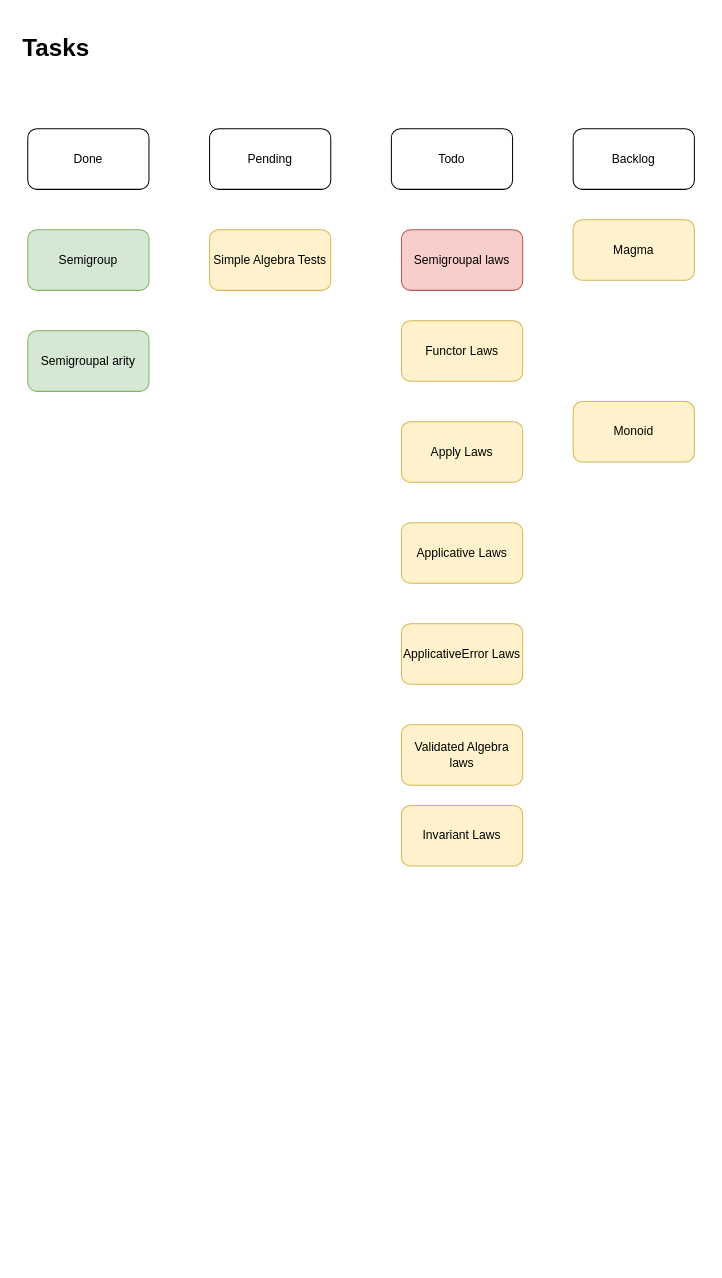
Earlier version of the draw.io diagram page "Tasks" (2 of 2) of diagram.drawio (noReasonException/my-cats). Source tidied: cells renumbered, new cells numbered last; positions are measured from the earlier drawing's top-left corner, leaving out a move shared by most shapes. Both pictures are drawn from the tidied source at 101%, with x=0, y=0 at pixel (17, 27).
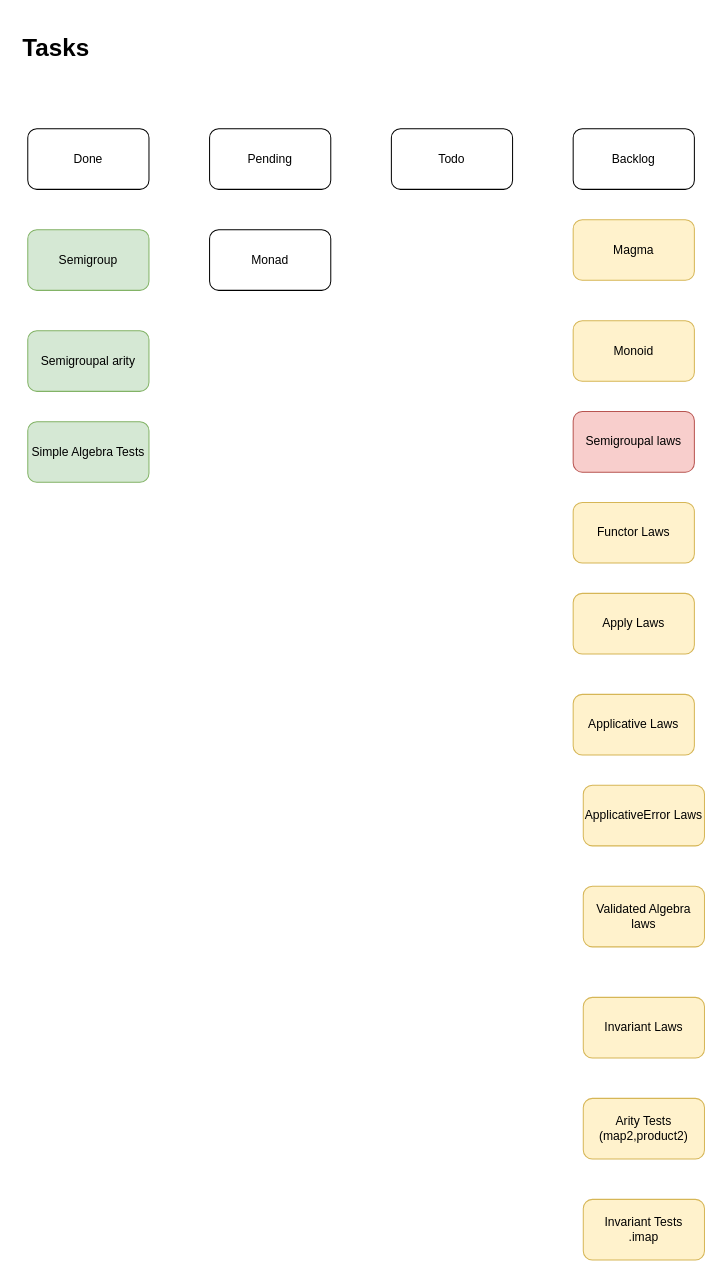
The same page after the edit.

Commit message (it also covers changes not shown here):
final tests for ValidatedNel algebra : Definition of Either and MonadError

Diff of the diagram source:
```diff
@@
     <mxCell id="9" value="Monoid" style="rounded=1;whiteSpace=wrap;html=1;fillColor=#fff2cc;strokeColor=#d6b656;" parent="1" vertex="1">
-      <mxGeometry x="550" y="370" width="120" height="60" as="geometry" />
+      <mxGeometry x="550" y="290" width="120" height="60" as="geometry" />
     </mxCell>
     <mxCell id="10" value="Invariant Laws" style="rounded=1;whiteSpace=wrap;html=1;fillColor=#fff2cc;strokeColor=#d6b656;" parent="1" vertex="1">
-      <mxGeometry x="380" y="770" width="120" height="60" as="geometry" />
+      <mxGeometry x="560" y="960" width="120" height="60" as="geometry" />
     </mxCell>
     <mxCell id="11" value="Functor Laws" style="rounded=1;whiteSpace=wrap;html=1;fillColor=#fff2cc;strokeColor=#d6b656;" parent="1" vertex="1">
-      <mxGeometry x="380" y="290" width="120" height="60" as="geometry" />
+      <mxGeometry x="550" y="470" width="120" height="60" as="geometry" />
     </mxCell>
     <mxCell id="12" value="Semigroupal laws" style="rounded=1;whiteSpace=wrap;html=1;fillColor=#f8cecc;strokeColor=#b85450;" parent="1" vertex="1">
-      <mxGeometry x="380" y="200" width="120" height="60" as="geometry" />
+      <mxGeometry x="550" y="380" width="120" height="60" as="geometry" />
     </mxCell>
     <mxCell id="13" value="Apply Laws" style="rounded=1;whiteSpace=wrap;html=1;fillColor=#fff2cc;strokeColor=#d6b656;" parent="1" vertex="1">
-      <mxGeometry x="380" y="390" width="120" height="60" as="geometry" />
+      <mxGeometry x="550" y="560" width="120" height="60" as="geometry" />
     </mxCell>
     <mxCell id="14" value="Applicative Laws" style="rounded=1;whiteSpace=wrap;html=1;fillColor=#fff2cc;strokeColor=#d6b656;" parent="1" vertex="1">
-      <mxGeometry x="380" y="490" width="120" height="60" as="geometry" />
+      <mxGeometry x="550" y="660" width="120" height="60" as="geometry" />
     </mxCell>
     <mxCell id="15" value="ApplicativeError Laws" style="rounded=1;whiteSpace=wrap;html=1;fillColor=#fff2cc;strokeColor=#d6b656;" parent="1" vertex="1">
-      <mxGeometry x="380" y="590" width="120" height="60" as="geometry" />
+      <mxGeometry x="560" y="750" width="120" height="60" as="geometry" />
     </mxCell>
     <mxCell id="16" value="Validated Algebra laws" style="rounded=1;whiteSpace=wrap;html=1;fillColor=#fff2cc;strokeColor=#d6b656;" parent="1" vertex="1">
-      <mxGeometry x="380" y="690" width="120" height="60" as="geometry" />
+      <mxGeometry x="560" y="850" width="120" height="60" as="geometry" />
     </mxCell>
@@
-    <mxCell id="18" value="Simple Algebra Tests" style="rounded=1;whiteSpace=wrap;html=1;fillColor=#fff2cc;strokeColor=#d6b656;" parent="1" vertex="1">
-      <mxGeometry x="190" y="200" width="120" height="60" as="geometry" />
+    <mxCell id="18" value="Simple Algebra Tests" style="rounded=1;whiteSpace=wrap;html=1;fillColor=#d5e8d4;strokeColor=#82b366;" parent="1" vertex="1">
+      <mxGeometry x="10" y="390" width="120" height="60" as="geometry" />
     </mxCell>
+    <mxCell id="19" value="Arity Tests&lt;br&gt;(map2,product2)" style="rounded=1;whiteSpace=wrap;html=1;fillColor=#fff2cc;strokeColor=#d6b656;" parent="1" vertex="1">
+      <mxGeometry x="560" y="1060" width="120" height="60" as="geometry" />
+    </mxCell>
+    <mxCell id="20" value="Invariant Tests&lt;br&gt;.imap" style="rounded=1;whiteSpace=wrap;html=1;fillColor=#fff2cc;strokeColor=#d6b656;" parent="1" vertex="1">
+      <mxGeometry x="560" y="1160" width="120" height="60" as="geometry" />
+    </mxCell>
+    <mxCell id="21" value="Monad" style="rounded=1;whiteSpace=wrap;html=1;" parent="1" vertex="1">
+      <mxGeometry x="190" y="200" width="120" height="60" as="geometry" />
+    </mxCell>
```
